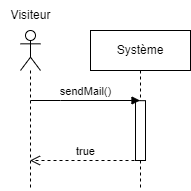
Above: diagrammes/séquences/4-Me contacter.png in Simoncharbonnier/OCP5 (draw.io), before the change. Source tidied: cells renumbered, new cells last; positions are measured from the earlier drawing's top-left corner, leaving out a move shared by most shapes. Its diagram source:
```xml
<mxGraphModel>
  <root>
    <mxCell id="0" />
    <mxCell id="1" parent="0" />
    <mxCell id="2" style="shape=umlLifeline;perimeter=lifelinePerimeter;whiteSpace=wrap;html=1;outlineConnect=0;portConstraint=eastwest;newEdgeStyle={&quot;edgeStyle&quot;:&quot;elbowEdgeStyle&quot;,&quot;elbow&quot;:&quot;vertical&quot;,&quot;curved&quot;:0,&quot;rounded&quot;:0};participant=umlActor;" parent="1" vertex="1">
      <mxGeometry x="20" y="30" width="20" height="160" as="geometry" />
    </mxCell>
    <mxCell id="3" value="Visiteur" style="text;html=1;align=center;verticalAlign=middle;strokeColor=none;fillColor=none;" parent="1" vertex="1">
      <mxGeometry width="60" height="30" as="geometry" />
    </mxCell>
    <mxCell id="4" value="Système" style="shape=umlLifeline;perimeter=lifelinePerimeter;whiteSpace=wrap;html=1;outlineConnect=0;portConstraint=eastwest;newEdgeStyle={&quot;edgeStyle&quot;:&quot;elbowEdgeStyle&quot;,&quot;elbow&quot;:&quot;vertical&quot;,&quot;curved&quot;:0,&quot;rounded&quot;:0};" parent="1" vertex="1">
      <mxGeometry x="90" y="30" width="100" height="160" as="geometry" />
    </mxCell>
    <mxCell id="5" style="html=1;perimeter=orthogonalPerimeter;targetShapes=umlLifeline;newEdgeStyle={&quot;edgeStyle&quot;:&quot;elbowEdgeStyle&quot;,&quot;elbow&quot;:&quot;vertical&quot;,&quot;curved&quot;:0,&quot;rounded&quot;:0};" parent="4" vertex="1">
      <mxGeometry x="45" y="70.2" width="10" height="59.8" as="geometry" />
    </mxCell>
    <mxCell id="6" value="sendMail()" style="html=1;verticalAlign=bottom;endArrow=block;edgeStyle=elbowEdgeStyle;elbow=vertical;curved=0;rounded=0;" parent="1" edge="1" target="4">
      <mxGeometry relative="1" as="geometry">
        <mxPoint x="30" y="100" as="sourcePoint" />
      </mxGeometry>
    </mxCell>
    <mxCell id="7" value="true" style="html=1;verticalAlign=bottom;endArrow=open;dashed=1;endSize=8;edgeStyle=elbowEdgeStyle;elbow=vertical;curved=0;rounded=0;" parent="1" edge="1" target="2">
      <mxGeometry relative="1" as="geometry">
        <mxPoint x="140" y="160" as="sourcePoint" />
        <Array as="points">
          <mxPoint x="110" y="160" />
        </Array>
      </mxGeometry>
    </mxCell>
  </root>
</mxGraphModel>
```
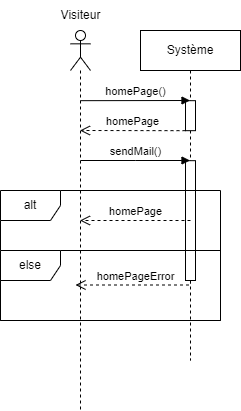
After the change.

What changed in the source:
```diff
@@ -3,29 +3,61 @@
     <mxCell id="0" />
     <mxCell id="1" parent="0" />
     <mxCell id="2" style="shape=umlLifeline;perimeter=lifelinePerimeter;whiteSpace=wrap;html=1;outlineConnect=0;portConstraint=eastwest;newEdgeStyle={&quot;edgeStyle&quot;:&quot;elbowEdgeStyle&quot;,&quot;elbow&quot;:&quot;vertical&quot;,&quot;curved&quot;:0,&quot;rounded&quot;:0};participant=umlActor;" parent="1" vertex="1">
-      <mxGeometry x="20" y="30" width="20" height="160" as="geometry" />
+      <mxGeometry x="20" y="30" width="20" height="380" as="geometry" />
     </mxCell>
     <mxCell id="3" value="Visiteur" style="text;html=1;align=center;verticalAlign=middle;strokeColor=none;fillColor=none;" parent="1" vertex="1">
       <mxGeometry width="60" height="30" as="geometry" />
     </mxCell>
     <mxCell id="4" value="Système" style="shape=umlLifeline;perimeter=lifelinePerimeter;whiteSpace=wrap;html=1;outlineConnect=0;portConstraint=eastwest;newEdgeStyle={&quot;edgeStyle&quot;:&quot;elbowEdgeStyle&quot;,&quot;elbow&quot;:&quot;vertical&quot;,&quot;curved&quot;:0,&quot;rounded&quot;:0};" parent="1" vertex="1">
-      <mxGeometry x="90" y="30" width="100" height="160" as="geometry" />
+      <mxGeometry x="90" y="30" width="100" height="330" as="geometry" />
     </mxCell>
     <mxCell id="5" style="html=1;perimeter=orthogonalPerimeter;targetShapes=umlLifeline;newEdgeStyle={&quot;edgeStyle&quot;:&quot;elbowEdgeStyle&quot;,&quot;elbow&quot;:&quot;vertical&quot;,&quot;curved&quot;:0,&quot;rounded&quot;:0};" parent="4" vertex="1">
-      <mxGeometry x="45" y="70.2" width="10" height="59.8" as="geometry" />
+      <mxGeometry x="45" y="130.2" width="10" height="119.8" as="geometry" />
     </mxCell>
-    <mxCell id="6" value="sendMail()" style="html=1;verticalAlign=bottom;endArrow=block;edgeStyle=elbowEdgeStyle;elbow=vertical;curved=0;rounded=0;" parent="1" edge="1" target="4">
+    <mxCell id="6" value="sendMail()" style="html=1;verticalAlign=bottom;endArrow=block;edgeStyle=elbowEdgeStyle;elbow=vertical;curved=0;rounded=0;" parent="4" edge="1">
       <mxGeometry relative="1" as="geometry">
-        <mxPoint x="30" y="100" as="sourcePoint" />
+        <mxPoint x="-60" y="130" as="sourcePoint" />
+        <mxPoint x="49.5" y="130" as="targetPoint" />
       </mxGeometry>
     </mxCell>
-    <mxCell id="7" value="true" style="html=1;verticalAlign=bottom;endArrow=open;dashed=1;endSize=8;edgeStyle=elbowEdgeStyle;elbow=vertical;curved=0;rounded=0;" parent="1" edge="1" target="2">
+    <mxCell id="7" value="homePage" style="html=1;verticalAlign=bottom;endArrow=open;dashed=1;endSize=8;edgeStyle=elbowEdgeStyle;elbow=vertical;curved=0;rounded=0;" parent="4" edge="1">
       <mxGeometry relative="1" as="geometry">
-        <mxPoint x="140" y="160" as="sourcePoint" />
+        <mxPoint x="50" y="190" as="sourcePoint" />
+        <mxPoint x="-60.5" y="190" as="targetPoint" />
         <Array as="points">
-          <mxPoint x="110" y="160" />
+          <mxPoint x="20" y="190" />
         </Array>
       </mxGeometry>
     </mxCell>
+    <mxCell id="8" style="html=1;perimeter=orthogonalPerimeter;targetShapes=umlLifeline;newEdgeStyle={&quot;edgeStyle&quot;:&quot;elbowEdgeStyle&quot;,&quot;elbow&quot;:&quot;vertical&quot;,&quot;curved&quot;:0,&quot;rounded&quot;:0};" parent="1" vertex="1">
+      <mxGeometry x="135" y="100.2" width="10" height="30" as="geometry" />
+    </mxCell>
+    <mxCell id="9" value="homePage()" style="html=1;verticalAlign=bottom;endArrow=block;edgeStyle=elbowEdgeStyle;elbow=vertical;curved=0;rounded=0;" parent="1" edge="1">
+      <mxGeometry relative="1" as="geometry">
+        <mxPoint x="30" y="100.2" as="sourcePoint" />
+        <mxPoint x="139.5" y="100" as="targetPoint" />
+      </mxGeometry>
+    </mxCell>
+    <mxCell id="10" value="homePage" style="html=1;verticalAlign=bottom;endArrow=open;dashed=1;endSize=8;edgeStyle=elbowEdgeStyle;elbow=vertical;curved=0;rounded=0;" parent="1" edge="1">
+      <mxGeometry relative="1" as="geometry">
+        <mxPoint x="135" y="130.2" as="sourcePoint" />
+        <mxPoint x="29.5" y="129.8" as="targetPoint" />
+      </mxGeometry>
+    </mxCell>
+    <mxCell id="11" value="alt" style="shape=umlFrame;whiteSpace=wrap;html=1;" parent="1" vertex="1">
+      <mxGeometry x="-50" y="190" width="220" height="130" as="geometry" />
+    </mxCell>
+    <mxCell id="12" value="homePageError" style="html=1;verticalAlign=bottom;endArrow=open;dashed=1;endSize=8;edgeStyle=elbowEdgeStyle;elbow=vertical;curved=0;rounded=0;" parent="1" edge="1">
+      <mxGeometry relative="1" as="geometry">
+        <mxPoint x="140" y="280" as="sourcePoint" />
+        <mxPoint x="25" y="284.5" as="targetPoint" />
+        <Array as="points">
+          <mxPoint x="100" y="284.5" />
+        </Array>
+      </mxGeometry>
+    </mxCell>
+    <mxCell id="13" value="else" style="shape=umlFrame;whiteSpace=wrap;html=1;" parent="1" vertex="1">
+      <mxGeometry x="-50" y="250" width="220" height="70" as="geometry" />
+    </mxCell>
   </root>
 </mxGraphModel>
```
